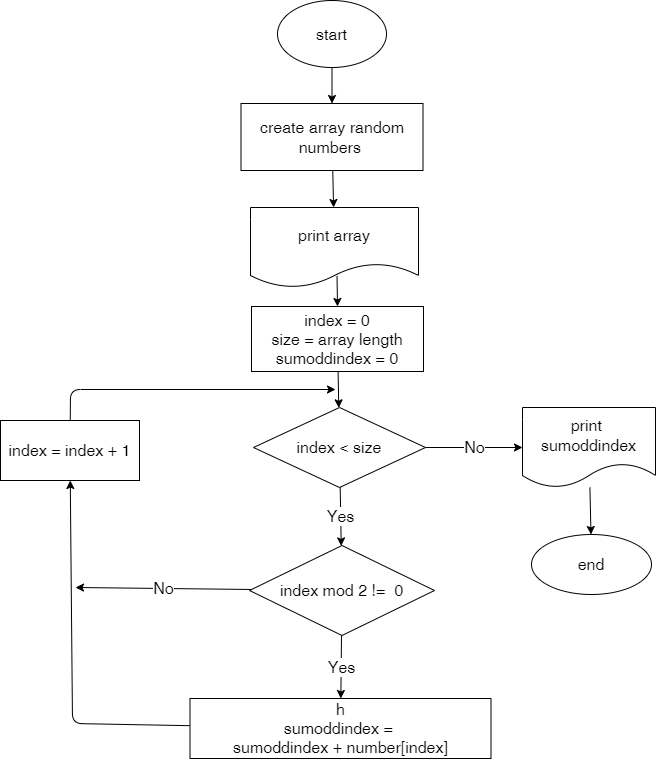
Above: Homework/Lesson05/task36/alg.drawio.png in sergdmi/3-Code (draw.io), before the change. Source tidied: cells renumbered, new cells last; positions are measured from the earlier drawing's top-left corner, leaving out a move shared by most shapes.
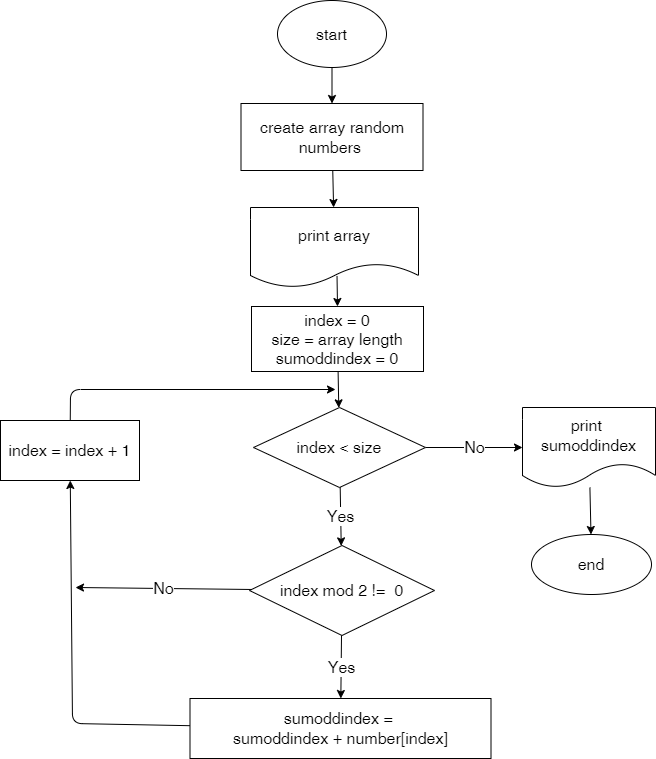
The same diagram one commit later.

Commit message:
HW task36 Lesson05 drawing corrected

What changed in the source:
```diff
@@ -47,7 +47,7 @@
         </Array>
       </mxGeometry>
     </mxCell>
-    <mxCell id="15" value="h&lt;br&gt;sumoddindex&amp;nbsp;=&amp;nbsp;&lt;br&gt;sumoddindex + number[index]" style="whiteSpace=wrap;html=1;fontSize=16;" parent="1" vertex="1">
+    <mxCell id="15" value="sumoddindex&amp;nbsp;=&amp;nbsp;&lt;br&gt;sumoddindex + number[index]" style="whiteSpace=wrap;html=1;fontSize=16;" parent="1" vertex="1">
       <mxGeometry x="189.5" y="698" width="301" height="60" as="geometry" />
     </mxCell>
     <mxCell id="16" style="edgeStyle=none;html=1;fontSize=16;" parent="1" edge="1" source="17">
```
